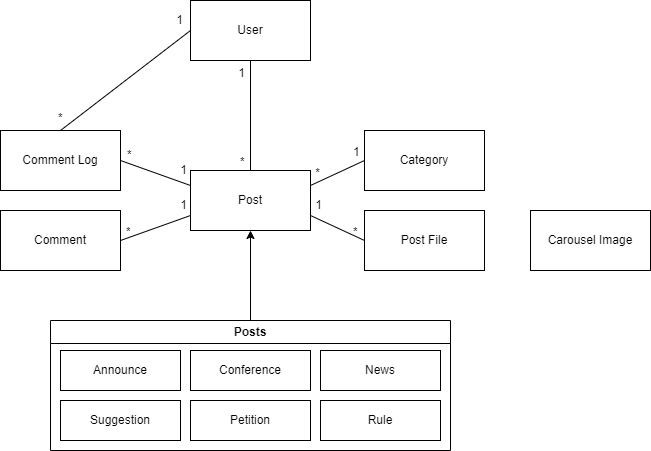
Earlier version of the draw.io export docs/images/domain_model.png (EveryUniv/student-council-homepage-backend). Source tidied: cells renumbered, new cells last; positions are measured from the earlier drawing's top-left corner, leaving out a move shared by most shapes.
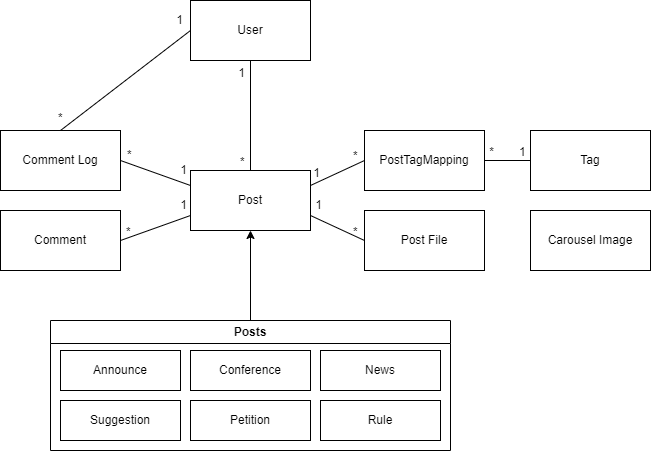
The same file after the commit.

Commit message:
docs: domain, erd 수정

The edit, as a diff of the source:
```diff
@@ -75,7 +75,7 @@
     <mxCell id="20" style="edgeStyle=orthogonalEdgeStyle;rounded=0;jettySize=auto;html=1;exitX=0.5;exitY=0;exitDx=0;exitDy=0;entryX=0.5;entryY=1;entryDx=0;entryDy=0;" parent="1" edge="1" source="29" target="2">
       <mxGeometry relative="1" as="geometry" />
     </mxCell>
-    <mxCell id="21" value="Category" style="rounded=0;whiteSpace=wrap;html=1;" parent="1" vertex="1">
+    <mxCell id="21" value="PostTagMapping" style="rounded=0;whiteSpace=wrap;html=1;" parent="1" vertex="1">
       <mxGeometry x="364" y="130" width="120" height="60" as="geometry" />
     </mxCell>
     <mxCell id="22" style="group;" parent="1" vertex="1">
@@ -105,12 +105,12 @@
     <mxCell id="30" style="endArrow=none;html=1;rounded=0;entryX=1;entryY=0.25;entryDx=0;entryDy=0;exitX=0;exitY=0.5;exitDx=0;exitDy=0;" parent="1" edge="1" source="21" target="2">
       <mxGeometry relative="1" as="geometry" />
     </mxCell>
-    <mxCell id="31" value="1" style="html=1;align=left;verticalAlign=bottom;" parent="30" vertex="1">
+    <mxCell id="31" value="*" style="html=1;align=left;verticalAlign=bottom;" parent="30" vertex="1">
       <mxGeometry x="-1" relative="1" as="geometry">
-        <mxPoint x="-13" as="offset" />
+        <mxPoint x="-13" y="4" as="offset" />
       </mxGeometry>
     </mxCell>
-    <mxCell id="32" value="*" style="html=1;align=right;verticalAlign=bottom;" parent="30" vertex="1">
+    <mxCell id="32" value="1" style="html=1;align=right;verticalAlign=bottom;" parent="30" vertex="1">
       <mxGeometry x="1" relative="1" as="geometry">
         <mxPoint x="10" y="-4" as="offset" />
       </mxGeometry>
@@ -128,5 +128,21 @@
         <mxPoint x="-7" y="-2" as="offset" />
       </mxGeometry>
     </mxCell>
+    <mxCell id="36" value="Tag" style="rounded=0;whiteSpace=wrap;html=1;" parent="1" vertex="1">
+      <mxGeometry x="530" y="130" width="120" height="60" as="geometry" />
+    </mxCell>
+    <mxCell id="37" style="endArrow=none;html=1;rounded=0;entryX=1;entryY=0.5;entryDx=0;entryDy=0;exitX=0;exitY=0.5;exitDx=0;exitDy=0;" parent="1" edge="1" source="36" target="21">
+      <mxGeometry relative="1" as="geometry" />
+    </mxCell>
+    <mxCell id="38" value="1" style="html=1;align=left;verticalAlign=bottom;" parent="37" vertex="1">
+      <mxGeometry x="-1" relative="1" as="geometry">
+        <mxPoint x="-13" as="offset" />
+      </mxGeometry>
+    </mxCell>
+    <mxCell id="39" value="*" style="html=1;align=right;verticalAlign=bottom;" parent="37" vertex="1">
+      <mxGeometry x="1" relative="1" as="geometry">
+        <mxPoint x="10" as="offset" />
+      </mxGeometry>
+    </mxCell>
   </root>
 </mxGraphModel>
```
